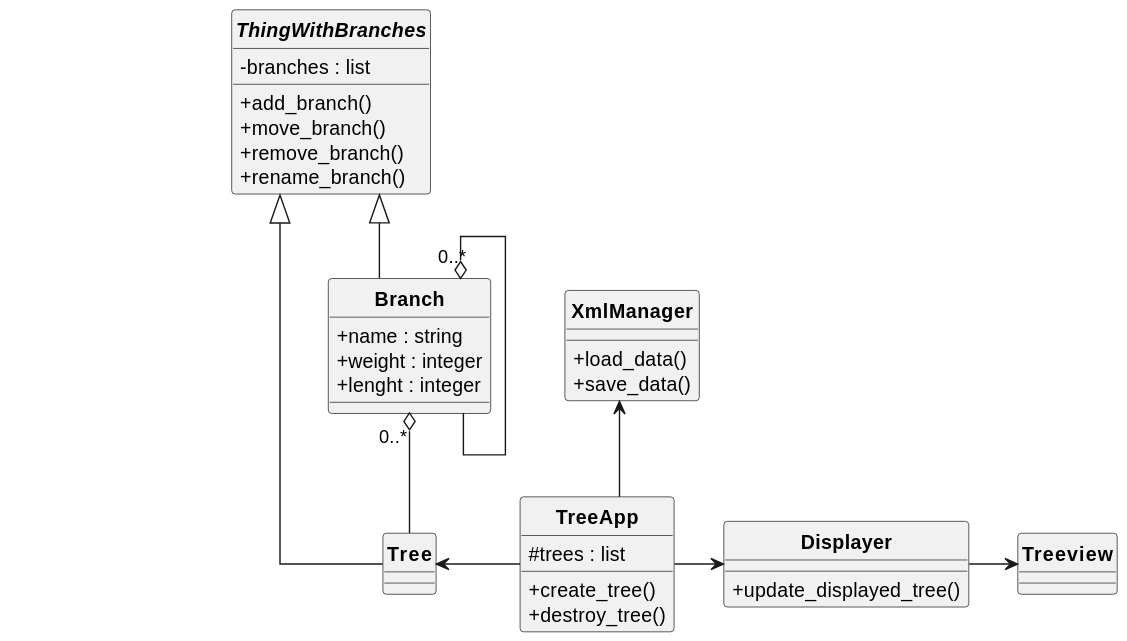
jiristrouhal/HoFi keeps this PlantUML diagram as out/uml/uml/class_diagram.svg. Above is the earlier version.
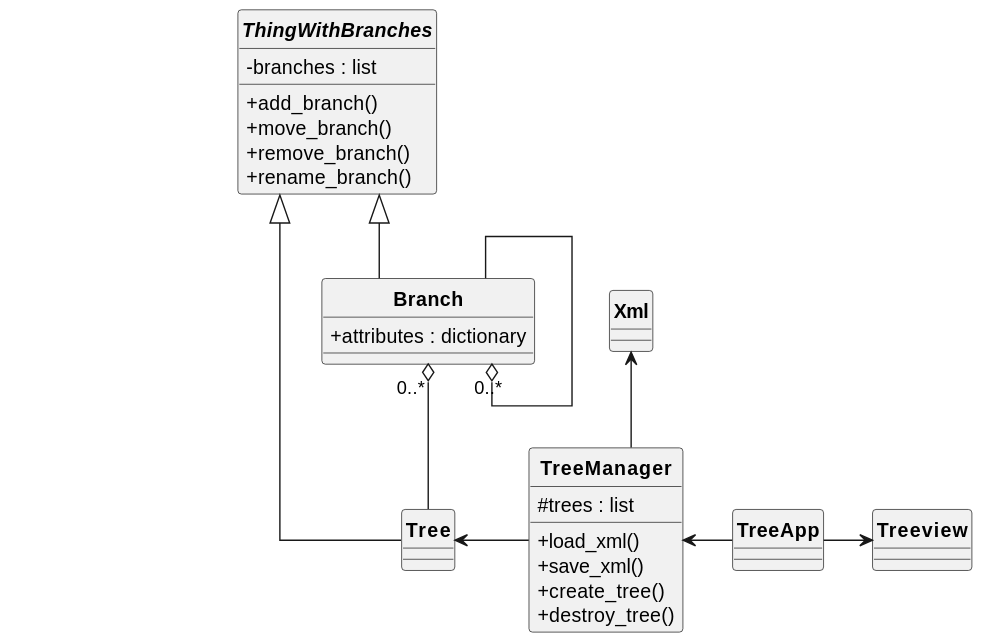
The same diagram one commit later.

The edit, as a diff of the source:
```diff
@@ -10,37 +10,34 @@
         + remove_branch()
         + rename_branch()
     }
-    class "**Branch**" as B {
-        +name : string
-        +weight : integer
-        +lenght : integer
+    class "**Branch**" as Branch {
+        +attributes : dictionary
     }
-    class "**Tree**" as T {}
+    class "**Tree**" as Tree {}
 
-    TWB <|-- B
-    TWB <|--- T : \t\t\t\t\t\t
-    T -left-o " 0..*" B : \t\t\t\t
-    B -up-o "0..*" B
+    TWB <|-- Branch
+    TWB <|--- Tree : \t\t\t\t\t\t
+    Tree -left-o " 0..*" Branch  : \t\t\t\t\t
+    Branch -down-o "0..*" Branch
 
-    class "**TreeApp**" as TAPP {
+    class "**TreeManager**" as TreeManager {
         # trees : list
+        + load_xml()
+        + save_xml()
         + create_tree()
         + destroy_tree()
     }
-    class "**Displayer**" as Disp {
-        + update_displayed_tree()
-    }
 
-    TAPP -left-> T
-    TAPP -right-> Disp
-    Disp -right-> "**Treeview**"
+    class "**TreeApp**" as TreeApp {}
+    class "**Treeview**" as Treeview {}
 
-    class "**XmlManager**" as R {
-        + load_data()
-        + save_data()
-    }
+    TreeManager -left-> Tree
+    TreeApp -right-> Treeview
 
-    R <-- TAPP
+    class "**Xml**" as Xml {}
+
+    TreeManager <-right-TreeApp
+    Xml <-- TreeManager
 
 
 @enduml
```
